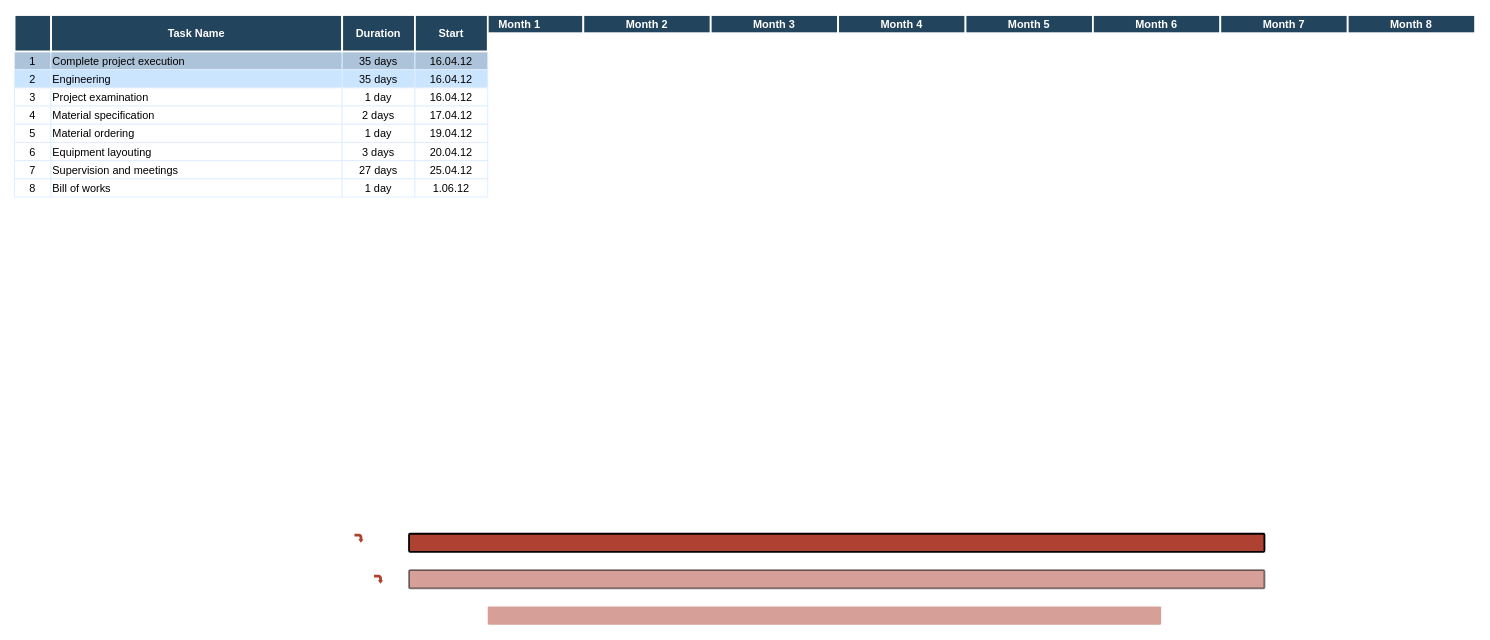
Above: Untitled Diagram.drawio in sourav4371/sourav (draw.io), before the change. Source tidied: cells renumbered, new cells numbered last; positions are measured from the earlier drawing's top-left corner, leaving out a move shared by most shapes. Both pictures are drawn from the tidied source at 91%, with x=0, y=0 at pixel (14, 15).
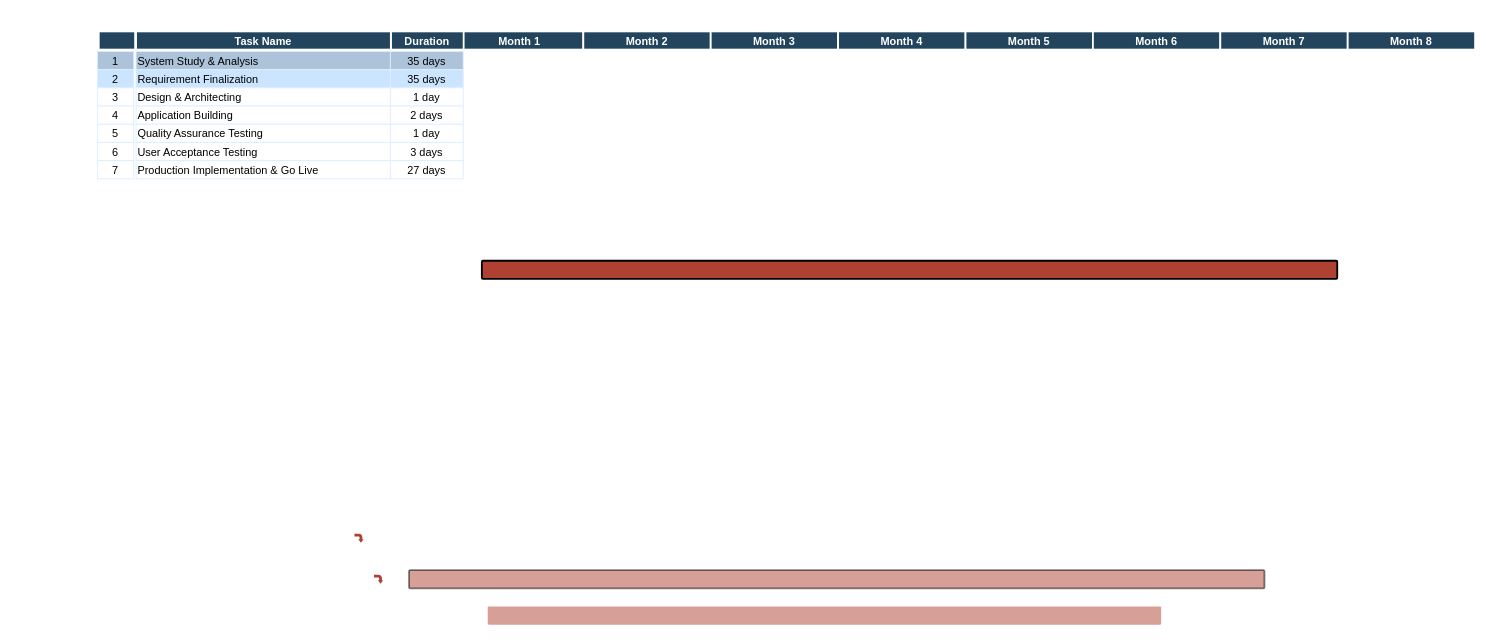
After the change.

Change to the diagram source:
```diff
@@
     <mxCell id="2" value="1" style="strokeColor=#DEEDFF;fillColor=#ADC3D9;" parent="1" vertex="1">
-      <mxGeometry x="0.5" y="40" width="40" height="20" as="geometry" />
+      <mxGeometry x="91.5" y="40" width="40" height="20" as="geometry" />
     </mxCell>
-    <mxCell id="3" value="Complete project execution" style="align=left;strokeColor=#DEEDFF;fillColor=#ADC3D9;" parent="1" vertex="1">
-      <mxGeometry x="40.5" y="40" width="320" height="20" as="geometry" />
+    <mxCell id="3" value="System Study &amp; Analysis" style="align=left;strokeColor=#DEEDFF;fillColor=#ADC3D9;" parent="1" vertex="1">
+      <mxGeometry x="134" y="40" width="279.5" height="20" as="geometry" />
     </mxCell>
     <mxCell id="4" value="35 days" style="strokeColor=#DEEDFF;fillColor=#ADC3D9;" parent="1" vertex="1">
-      <mxGeometry x="360.5" y="40" width="80" height="20" as="geometry" />
+      <mxGeometry x="413.5" y="40" width="80" height="20" as="geometry" />
     </mxCell>
-    <mxCell id="5" value="16.04.12" style="strokeColor=#DEEDFF;fillColor=#ADC3D9;" parent="1" vertex="1">
-      <mxGeometry x="440.5" y="40" width="80" height="20" as="geometry" />
-    </mxCell>
     <mxCell id="6" value="2" style="strokeColor=#DEEDFF;fillColor=#CCE5FF;" parent="1" vertex="1">
-      <mxGeometry x="0.5" y="60" width="40" height="20" as="geometry" />
+      <mxGeometry x="91.5" y="60" width="40" height="20" as="geometry" />
     </mxCell>
-    <mxCell id="7" value="Engineering" style="align=left;strokeColor=#DEEDFF;fillColor=#CCE5FF;" parent="1" vertex="1">
-      <mxGeometry x="40.5" y="60" width="320" height="20" as="geometry" />
+    <mxCell id="7" value="Requirement Finalization" style="align=left;strokeColor=#DEEDFF;fillColor=#CCE5FF;" parent="1" vertex="1">
+      <mxGeometry x="134" y="60" width="279.5" height="20" as="geometry" />
     </mxCell>
     <mxCell id="8" value="35 days" style="strokeColor=#DEEDFF;fillColor=#CCE5FF;" parent="1" vertex="1">
-      <mxGeometry x="360.5" y="60" width="80" height="20" as="geometry" />
+      <mxGeometry x="413.5" y="60" width="80" height="20" as="geometry" />
     </mxCell>
-    <mxCell id="9" value="16.04.12" style="strokeColor=#DEEDFF;fillColor=#CCE5FF;" parent="1" vertex="1">
-      <mxGeometry x="440.5" y="60" width="80" height="20" as="geometry" />
-    </mxCell>
     <mxCell id="10" value="3" style="strokeColor=#DEEDFF;" parent="1" vertex="1">
-      <mxGeometry x="0.5" y="80" width="40" height="20" as="geometry" />
+      <mxGeometry x="91.5" y="80" width="40" height="20" as="geometry" />
     </mxCell>
-    <mxCell id="11" value="Project examination" style="align=left;strokeColor=#DEEDFF;" parent="1" vertex="1">
-      <mxGeometry x="40.5" y="80" width="320" height="20" as="geometry" />
+    <mxCell id="11" value="Design &amp; Architecting" style="align=left;strokeColor=#DEEDFF;" parent="1" vertex="1">
+      <mxGeometry x="134" y="80" width="279.5" height="20" as="geometry" />
     </mxCell>
     <mxCell id="12" value="1 day" style="strokeColor=#DEEDFF;" parent="1" vertex="1">
-      <mxGeometry x="360.5" y="80" width="80" height="20" as="geometry" />
+      <mxGeometry x="413.5" y="80" width="80" height="20" as="geometry" />
     </mxCell>
-    <mxCell id="13" value="16.04.12" style="strokeColor=#DEEDFF;" parent="1" vertex="1">
-      <mxGeometry x="440.5" y="80" width="80" height="20" as="geometry" />
-    </mxCell>
     <mxCell id="14" value="4" style="strokeColor=#DEEDFF;" parent="1" vertex="1">
-      <mxGeometry x="0.5" y="100" width="40" height="20" as="geometry" />
+      <mxGeometry x="91.5" y="100" width="40" height="20" as="geometry" />
     </mxCell>
-    <mxCell id="15" value="Material specification" style="align=left;strokeColor=#DEEDFF;" parent="1" vertex="1">
-      <mxGeometry x="40.5" y="100" width="320" height="20" as="geometry" />
+    <mxCell id="15" value="Application Building" style="align=left;strokeColor=#DEEDFF;" parent="1" vertex="1">
+      <mxGeometry x="134" y="100" width="279.5" height="20" as="geometry" />
     </mxCell>
     <mxCell id="16" value="2 days" style="strokeColor=#DEEDFF;" parent="1" vertex="1">
-      <mxGeometry x="360.5" y="100" width="80" height="20" as="geometry" />
+      <mxGeometry x="413.5" y="100" width="80" height="20" as="geometry" />
     </mxCell>
-    <mxCell id="17" value="17.04.12" style="strokeColor=#DEEDFF;" parent="1" vertex="1">
-      <mxGeometry x="440.5" y="100" width="80" height="20" as="geometry" />
-    </mxCell>
     <mxCell id="18" value="5" style="strokeColor=#DEEDFF;" parent="1" vertex="1">
-      <mxGeometry x="0.5" y="120" width="40" height="20" as="geometry" />
+      <mxGeometry x="91.5" y="120" width="40" height="20" as="geometry" />
     </mxCell>
-    <mxCell id="19" value="Material ordering" style="align=left;strokeColor=#DEEDFF;" parent="1" vertex="1">
-      <mxGeometry x="40.5" y="120" width="320" height="20" as="geometry" />
+    <mxCell id="19" value="Quality Assurance Testing " style="align=left;strokeColor=#DEEDFF;" parent="1" vertex="1">
+      <mxGeometry x="134" y="120" width="279.5" height="20" as="geometry" />
     </mxCell>
     <mxCell id="20" value="1 day" style="strokeColor=#DEEDFF;" parent="1" vertex="1">
-      <mxGeometry x="360.5" y="120" width="80" height="20" as="geometry" />
+      <mxGeometry x="413.5" y="120" width="80" height="20" as="geometry" />
     </mxCell>
-    <mxCell id="21" value="19.04.12" style="strokeColor=#DEEDFF;" parent="1" vertex="1">
-      <mxGeometry x="440.5" y="120" width="80" height="20" as="geometry" />
-    </mxCell>
     <mxCell id="22" value="6" style="strokeColor=#DEEDFF;" parent="1" vertex="1">
-      <mxGeometry x="0.5" y="140" width="40" height="20" as="geometry" />
+      <mxGeometry x="91.5" y="140" width="40" height="20" as="geometry" />
     </mxCell>
-    <mxCell id="23" value="Equipment layouting" style="align=left;strokeColor=#DEEDFF;" parent="1" vertex="1">
-      <mxGeometry x="40.5" y="140" width="320" height="20" as="geometry" />
+    <mxCell id="23" value="User Acceptance Testing" style="align=left;strokeColor=#DEEDFF;" parent="1" vertex="1">
+      <mxGeometry x="134" y="140" width="279.5" height="20" as="geometry" />
     </mxCell>
     <mxCell id="24" value="3 days" style="strokeColor=#DEEDFF;" parent="1" vertex="1">
-      <mxGeometry x="360.5" y="140" width="80" height="20" as="geometry" />
+      <mxGeometry x="413.5" y="140" width="80" height="20" as="geometry" />
     </mxCell>
-    <mxCell id="25" value="20.04.12" style="strokeColor=#DEEDFF;" parent="1" vertex="1">
-      <mxGeometry x="440.5" y="140" width="80" height="20" as="geometry" />
-    </mxCell>
     <mxCell id="26" value="7" style="strokeColor=#DEEDFF;" parent="1" vertex="1">
-      <mxGeometry x="0.5" y="160" width="40" height="20" as="geometry" />
+      <mxGeometry x="91.5" y="160" width="40" height="20" as="geometry" />
     </mxCell>
-    <mxCell id="27" value="Supervision and meetings" style="align=left;strokeColor=#DEEDFF;" parent="1" vertex="1">
-      <mxGeometry x="40.5" y="160" width="320" height="20" as="geometry" />
+    <mxCell id="27" value="Production Implementation &amp; Go Live" style="align=left;strokeColor=#DEEDFF;" parent="1" vertex="1">
+      <mxGeometry x="134" y="160" width="279.5" height="20" as="geometry" />
     </mxCell>
     <mxCell id="28" value="27 days" style="strokeColor=#DEEDFF;" parent="1" vertex="1">
-      <mxGeometry x="360.5" y="160" width="80" height="20" as="geometry" />
+      <mxGeometry x="413.5" y="160" width="80" height="20" as="geometry" />
     </mxCell>
-    <mxCell id="29" value="25.04.12" style="strokeColor=#DEEDFF;" parent="1" vertex="1">
-      <mxGeometry x="440.5" y="160" width="80" height="20" as="geometry" />
-    </mxCell>
-    <mxCell id="30" value="8" style="strokeColor=#DEEDFF;" parent="1" vertex="1">
-      <mxGeometry x="0.5" y="180" width="40" height="20" as="geometry" />
-    </mxCell>
-    <mxCell id="31" value="Bill of works" style="align=left;strokeColor=#DEEDFF;" parent="1" vertex="1">
-      <mxGeometry x="40.5" y="180" width="320" height="20" as="geometry" />
-    </mxCell>
-    <mxCell id="32" value="1 day" style="strokeColor=#DEEDFF;" parent="1" vertex="1">
-      <mxGeometry x="360.5" y="180" width="80" height="20" as="geometry" />
-    </mxCell>
-    <mxCell id="33" value="1.06.12" style="strokeColor=#DEEDFF;" parent="1" vertex="1">
-      <mxGeometry x="440.5" y="180" width="80" height="20" as="geometry" />
-    </mxCell>
-    <mxCell id="34" value="Task Name" style="fillColor=#23445D;strokeColor=#FFFFFF;strokeWidth=2;fontColor=#FFFFFF;fontStyle=1;" parent="1" vertex="1">
-      <mxGeometry x="40.5" width="320" height="40" as="geometry" />
-    </mxCell>
-    <mxCell id="35" style="fillColor=#23445D;strokeColor=#FFFFFF;strokeWidth=2;fontColor=#FFFFFF;fontStyle=1;" parent="1" vertex="1">
-      <mxGeometry x="0.5" width="40" height="40" as="geometry" />
-    </mxCell>
     <mxCell id="36" value="Month 1" style="fillColor=#23445D;strokeColor=#FFFFFF;strokeWidth=2;fontColor=#FFFFFF;fontStyle=1;" parent="1" vertex="1">
-      <mxGeometry x="485.5" width="140" height="20" as="geometry" />
+      <mxGeometry x="485.5" y="18" width="140" height="20" as="geometry" />
     </mxCell>
-    <mxCell id="37" value="Duration" style="fillColor=#23445D;strokeColor=#FFFFFF;strokeWidth=2;fontColor=#FFFFFF;fontStyle=1;" parent="1" vertex="1">
-      <mxGeometry x="360.5" width="80" height="40" as="geometry" />
-    </mxCell>
-    <mxCell id="38" value="Start" style="fillColor=#23445D;strokeColor=#FFFFFF;strokeWidth=2;fontColor=#FFFFFF;fontStyle=1;" parent="1" vertex="1">
-      <mxGeometry x="440.5" width="80" height="40" as="geometry" />
-    </mxCell>
     <mxCell id="39" value="Month 2" style="fillColor=#23445D;strokeColor=#FFFFFF;strokeWidth=2;fontColor=#FFFFFF;fontStyle=1;" parent="1" vertex="1">
-      <mxGeometry x="625.5" width="140" height="20" as="geometry" />
+      <mxGeometry x="625.5" y="18" width="140" height="20" as="geometry" />
     </mxCell>
     <mxCell id="40" value="Month 3" style="fillColor=#23445D;strokeColor=#FFFFFF;strokeWidth=2;fontColor=#FFFFFF;fontStyle=1;" parent="1" vertex="1">
-      <mxGeometry x="765.5" width="140" height="20" as="geometry" />
+      <mxGeometry x="765.5" y="18" width="140" height="20" as="geometry" />
     </mxCell>
     <mxCell id="41" value="Month 4" style="fillColor=#23445D;strokeColor=#FFFFFF;strokeWidth=2;fontColor=#FFFFFF;fontStyle=1;" parent="1" vertex="1">
-      <mxGeometry x="905.5" width="140" height="20" as="geometry" />
+      <mxGeometry x="905.5" y="18" width="140" height="20" as="geometry" />
     </mxCell>
     <mxCell id="42" value="Month 5" style="fillColor=#23445D;strokeColor=#FFFFFF;strokeWidth=2;fontColor=#FFFFFF;fontStyle=1;" parent="1" vertex="1">
-      <mxGeometry x="1045.5" width="140" height="20" as="geometry" />
+      <mxGeometry x="1045.5" y="18" width="140" height="20" as="geometry" />
     </mxCell>
     <mxCell id="43" value="Month 6" style="fillColor=#23445D;strokeColor=#FFFFFF;strokeWidth=2;fontColor=#FFFFFF;fontStyle=1;" parent="1" vertex="1">
-      <mxGeometry x="1185.5" width="140" height="20" as="geometry" />
+      <mxGeometry x="1185.5" y="18" width="140" height="20" as="geometry" />
     </mxCell>
     <mxCell id="44" value="Month 7" style="fillColor=#23445D;strokeColor=#FFFFFF;strokeWidth=2;fontColor=#FFFFFF;fontStyle=1;" parent="1" vertex="1">
-      <mxGeometry x="1325.5" width="140" height="20" as="geometry" />
+      <mxGeometry x="1325.5" y="18" width="140" height="20" as="geometry" />
     </mxCell>
@@
     <mxCell id="49" style="shape=mxgraph.flowchart.process;fillColor=#AE4132;strokeColor=#000000;strokeWidth=2;opacity=100;" parent="1" vertex="1">
-      <mxGeometry x="434" y="570" width="940" height="20" as="geometry" />
+      <mxGeometry x="514" y="270" width="940" height="20" as="geometry" />
     </mxCell>
     <mxCell id="50" value="Month 8" style="fillColor=#23445D;strokeColor=#FFFFFF;strokeWidth=2;fontColor=#FFFFFF;fontStyle=1;" parent="1" vertex="1">
-      <mxGeometry x="1465.5" width="140" height="20" as="geometry" />
+      <mxGeometry x="1465.5" y="18" width="140" height="20" as="geometry" />
     </mxCell>
+    <mxCell id="37" value="Duration" style="fillColor=#23445D;strokeColor=#FFFFFF;strokeWidth=2;fontColor=#FFFFFF;fontStyle=1;" parent="1" vertex="1">
+      <mxGeometry x="414" y="18" width="80" height="20" as="geometry" />
+    </mxCell>
+    <mxCell id="34" value="Task Name" style="fillColor=#23445D;strokeColor=#FFFFFF;strokeWidth=2;fontColor=#FFFFFF;fontStyle=1;" parent="1" vertex="1">
+      <mxGeometry x="134" y="18" width="280" height="20" as="geometry" />
+    </mxCell>
+    <mxCell id="51" style="fillColor=#23445D;strokeColor=#FFFFFF;strokeWidth=2;fontColor=#FFFFFF;fontStyle=1;" parent="1" vertex="1">
+      <mxGeometry x="93" y="18" width="40" height="20" as="geometry" />
+    </mxCell>
```
